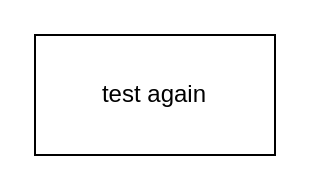
This is sample.drawio from osrk/test, a draw.io file, before an edit. Source tidied: cells renumbered, new cells numbered last; positions are measured from the earlier drawing's top-left corner, leaving out a move shared by most shapes. Both pictures are drawn from the tidied source at 200%, with x=0, y=0 at pixel (34, 34).
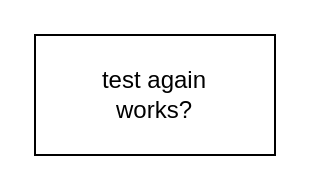
Above is the later version.

The edit, as a diff of the source:
```diff
@@
 <mxGraphModel>
   <root>
     <mxCell id="0" />
     <mxCell id="1" parent="0" />
-    <mxCell id="2" value="test again" style="rounded=0;whiteSpace=wrap;html=1;" parent="1" vertex="1">
+    <mxCell id="2" value="test again&lt;div&gt;works?&lt;/div&gt;" style="rounded=0;whiteSpace=wrap;html=1;" parent="1" vertex="1">
       <mxGeometry width="120" height="60" as="geometry" />
     </mxCell>
   </root>
 </mxGraphModel>
```
